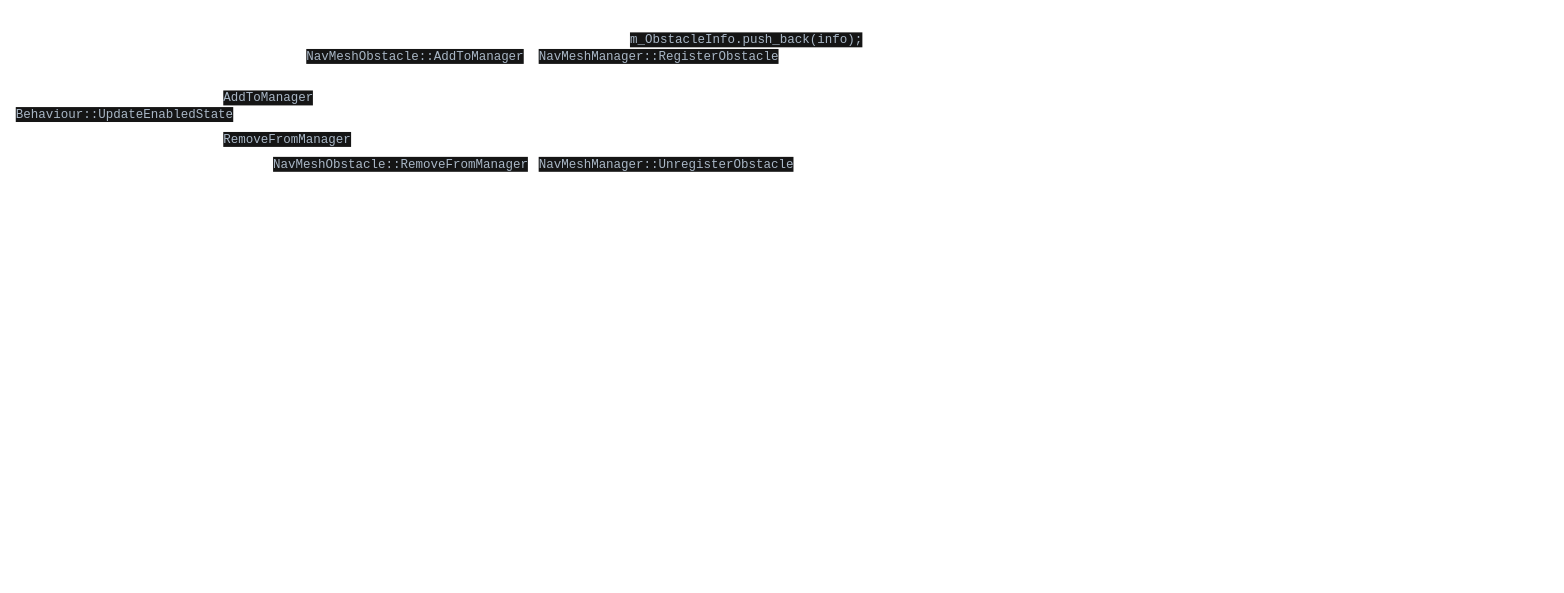
Before: page "Nav" (5 of 5) of Unity.drawio in stellarnull/drawio, a draw.io diagram. Source tidied: cells renumbered, new cells numbered last; positions are measured from the earlier drawing's top-left corner, leaving out a move shared by most shapes. Both pictures are drawn from the tidied source at 83%, with x=0, y=0 at pixel (14, 14).
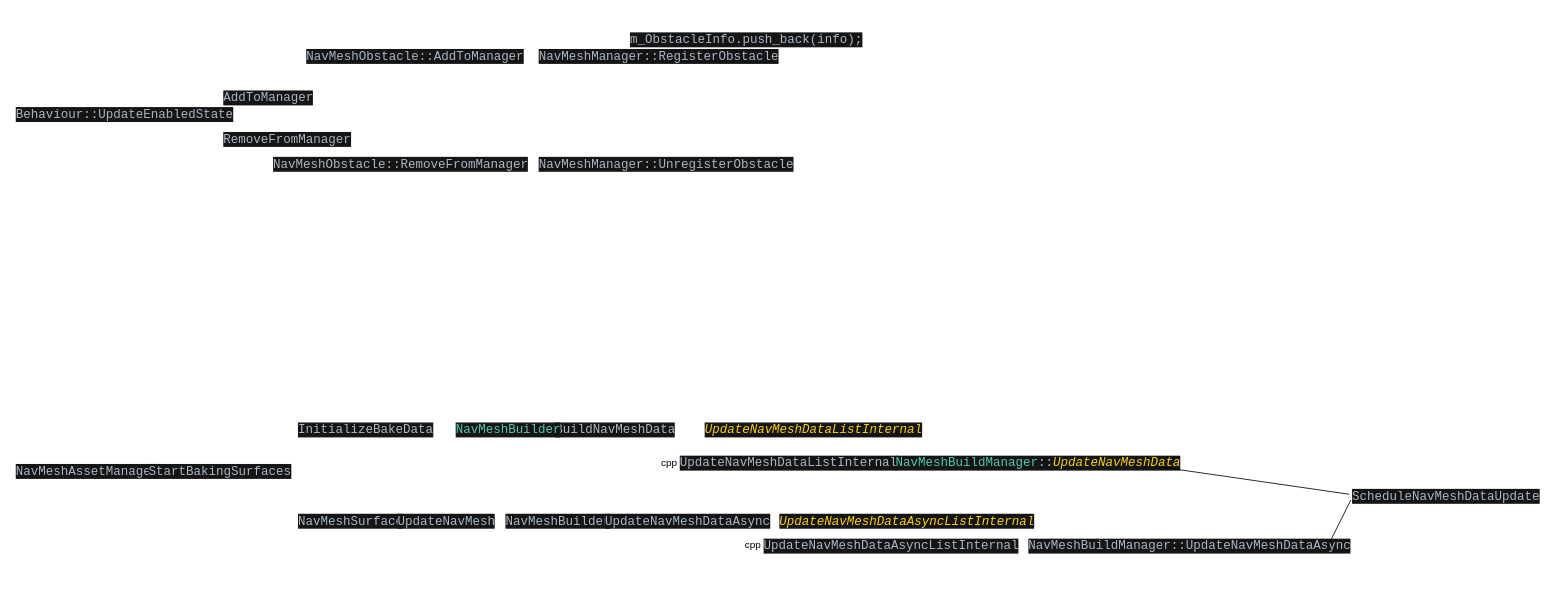
Above is the later version.

What changed in the source:
```diff
@@
+    <mxCell id="10" value="&lt;div style=&quot;background-color:#151515;color:#a9b7c6&quot;&gt;&lt;pre style=&quot;font-family:'Consolas',monospace;font-size:11.3pt;&quot;&gt;NavMeshAssetManager&lt;/pre&gt;&lt;/div&gt;" style="text;whiteSpace=wrap;html=1;" parent="1" vertex="1">
+      <mxGeometry y="520" width="190" height="70" as="geometry" />
+    </mxCell>
+    <mxCell id="11" value="&lt;div style=&quot;background-color:#151515;color:#a9b7c6&quot;&gt;&lt;pre style=&quot;font-family:'Consolas',monospace;font-size:11.3pt;&quot;&gt;StartBakingSurfaces&lt;/pre&gt;&lt;/div&gt;" style="text;whiteSpace=wrap;html=1;" parent="1" vertex="1">
+      <mxGeometry x="160" y="520" width="190" height="70" as="geometry" />
+    </mxCell>
+    <mxCell id="12" value="&lt;div style=&quot;background-color:#151515;color:#a9b7c6&quot;&gt;&lt;pre style=&quot;font-family:'Consolas',monospace;font-size:11.3pt;&quot;&gt;InitializeBakeData&lt;/pre&gt;&lt;/div&gt;" style="text;whiteSpace=wrap;html=1;" parent="1" vertex="1">
+      <mxGeometry x="340" y="470" width="180" height="70" as="geometry" />
+    </mxCell>
+    <mxCell id="13" value="&lt;div style=&quot;background-color:#151515;color:#a9b7c6&quot;&gt;&lt;pre style=&quot;font-family:'Consolas',monospace;font-size:11.3pt;&quot;&gt;BuildNavMeshData&lt;/pre&gt;&lt;/div&gt;" style="text;whiteSpace=wrap;html=1;" parent="1" vertex="1">
+      <mxGeometry x="650" y="470" width="170" height="70" as="geometry" />
+    </mxCell>
+    <mxCell id="14" value="&lt;div style=&quot;background-color:#151515;color:#a9b7c6&quot;&gt;&lt;pre style=&quot;font-family:'Consolas',monospace;font-size:11.3pt;&quot;&gt;&lt;span style=&quot;color:#4ec9b0;&quot;&gt;NavMeshBuilder&lt;/span&gt;&lt;/pre&gt;&lt;/div&gt;" style="text;whiteSpace=wrap;html=1;" parent="1" vertex="1">
+      <mxGeometry x="530" y="470" width="150" height="70" as="geometry" />
+    </mxCell>
+    <mxCell id="15" value="&lt;div style=&quot;background-color:#151515;color:#a9b7c6&quot;&gt;&lt;pre style=&quot;font-family:'Consolas',monospace;font-size:11.3pt;&quot;&gt;&lt;span style=&quot;color:#ffd200;font-style:italic;&quot;&gt;UpdateNavMeshDataListInternal&lt;/span&gt;&lt;/pre&gt;&lt;/div&gt;" style="text;whiteSpace=wrap;html=1;" parent="1" vertex="1">
+      <mxGeometry x="830" y="470" width="270" height="70" as="geometry" />
+    </mxCell>
+    <mxCell id="16" value="&lt;div style=&quot;background-color:#151515;color:#a9b7c6&quot;&gt;&lt;pre style=&quot;font-family:'Consolas',monospace;font-size:11.3pt;&quot;&gt;UpdateNavMeshDataListInternal&lt;/pre&gt;&lt;/div&gt;" style="text;whiteSpace=wrap;html=1;" parent="1" vertex="1">
+      <mxGeometry x="800" y="510" width="270" height="70" as="geometry" />
+    </mxCell>
+    <mxCell id="17" value="cpp" style="text;html=1;align=center;verticalAlign=middle;whiteSpace=wrap;rounded=0;" parent="1" vertex="1">
+      <mxGeometry x="759" y="526" width="60" height="30" as="geometry" />
+    </mxCell>
+    <mxCell id="18" value="&lt;div style=&quot;background-color:#151515;color:#a9b7c6&quot;&gt;&lt;pre style=&quot;font-family:'Consolas',monospace;font-size:11.3pt;&quot;&gt;&lt;span style=&quot;color:#4ec9b0;&quot;&gt;NavMeshBuildManager&lt;/span&gt;::&lt;span style=&quot;color:#ffd200;font-style:italic;&quot;&gt;UpdateNavMeshData&lt;/span&gt;&lt;/pre&gt;&lt;/div&gt;" style="text;whiteSpace=wrap;html=1;" parent="1" vertex="1">
+      <mxGeometry x="1060" y="510" width="320" height="70" as="geometry" />
+    </mxCell>
+    <mxCell id="19" value="&lt;div style=&quot;background-color:#151515;color:#a9b7c6&quot;&gt;&lt;pre style=&quot;font-family:'Consolas',monospace;font-size:11.3pt;&quot;&gt;ScheduleNavMeshDataUpdate&lt;/pre&gt;&lt;/div&gt;" style="text;whiteSpace=wrap;html=1;" parent="1" vertex="1">
+      <mxGeometry x="1610" y="550" width="240" height="70" as="geometry" />
+    </mxCell>
+    <mxCell id="20" value="&lt;div style=&quot;background-color:#151515;color:#a9b7c6&quot;&gt;&lt;pre style=&quot;font-family:'Consolas',monospace;font-size:11.3pt;&quot;&gt;NavMeshSurface&lt;/pre&gt;&lt;/div&gt;" style="text;whiteSpace=wrap;html=1;" parent="1" vertex="1">
+      <mxGeometry x="340" y="580" width="150" height="70" as="geometry" />
+    </mxCell>
+    <mxCell id="21" value="&lt;div style=&quot;background-color:#151515;color:#a9b7c6&quot;&gt;&lt;pre style=&quot;font-family:'Consolas',monospace;font-size:11.3pt;&quot;&gt;UpdateNavMesh&lt;/pre&gt;&lt;/div&gt;" style="text;whiteSpace=wrap;html=1;" parent="1" vertex="1">
+      <mxGeometry x="460" y="580" width="140" height="70" as="geometry" />
+    </mxCell>
+    <mxCell id="22" value="&lt;div style=&quot;background-color:#151515;color:#a9b7c6&quot;&gt;&lt;pre style=&quot;font-family:'Consolas',monospace;font-size:11.3pt;&quot;&gt;NavMeshBuilder&lt;/pre&gt;&lt;/div&gt;" style="text;whiteSpace=wrap;html=1;" parent="1" vertex="1">
+      <mxGeometry x="590" y="580" width="150" height="70" as="geometry" />
+    </mxCell>
+    <mxCell id="23" value="&lt;div style=&quot;background-color:#151515;color:#a9b7c6&quot;&gt;&lt;pre style=&quot;font-family:'Consolas',monospace;font-size:11.3pt;&quot;&gt;UpdateNavMeshDataAsync&lt;/pre&gt;&lt;/div&gt;" style="text;whiteSpace=wrap;html=1;" parent="1" vertex="1">
+      <mxGeometry x="710" y="580" width="220" height="70" as="geometry" />
+    </mxCell>
+    <mxCell id="24" value="&lt;div style=&quot;background-color:#151515;color:#a9b7c6&quot;&gt;&lt;pre style=&quot;font-family:'Consolas',monospace;font-size:11.3pt;&quot;&gt;&lt;span style=&quot;color:#ffd200;font-style:italic;&quot;&gt;UpdateNavMeshDataAsyncListInternal&lt;/span&gt;&lt;/pre&gt;&lt;/div&gt;" style="text;whiteSpace=wrap;html=1;" parent="1" vertex="1">
+      <mxGeometry x="920" y="580" width="320" height="70" as="geometry" />
+    </mxCell>
+    <mxCell id="25" value="&lt;div style=&quot;background-color:#151515;color:#a9b7c6&quot;&gt;&lt;pre style=&quot;font-family:'Consolas',monospace;font-size:11.3pt;&quot;&gt;UpdateNavMeshDataAsyncListInternal&lt;/pre&gt;&lt;/div&gt;" style="text;whiteSpace=wrap;html=1;" parent="1" vertex="1">
+      <mxGeometry x="901" y="610" width="320" height="70" as="geometry" />
+    </mxCell>
+    <mxCell id="26" value="cpp" style="text;html=1;align=center;verticalAlign=middle;whiteSpace=wrap;rounded=0;" parent="1" vertex="1">
+      <mxGeometry x="860" y="624" width="60" height="30" as="geometry" />
+    </mxCell>
+    <mxCell id="27" value="&lt;div style=&quot;background-color:#151515;color:#a9b7c6&quot;&gt;&lt;pre style=&quot;font-family:'Consolas',monospace;font-size:11.3pt;&quot;&gt;NavMeshBuildManager::UpdateNavMeshDataAsync&lt;/pre&gt;&lt;/div&gt;" style="text;whiteSpace=wrap;html=1;" parent="1" vertex="1">
+      <mxGeometry x="1220" y="610" width="360" height="70" as="geometry" />
+    </mxCell>
+    <mxCell id="28" style="endArrow=none;html=1;rounded=0;entryX=1;entryY=0.5;entryDx=0;entryDy=0;exitX=-0.008;exitY=0.4;exitDx=0;exitDy=0;exitPerimeter=0;" parent="1" edge="1" source="19" target="18">
+      <mxGeometry relative="1" as="geometry" />
+    </mxCell>
+    <mxCell id="29" style="endArrow=none;html=1;rounded=0;entryX=1;entryY=0.5;entryDx=0;entryDy=0;exitX=0;exitY=0.5;exitDx=0;exitDy=0;" parent="1" edge="1" source="19" target="27">
+      <mxGeometry relative="1" as="geometry" />
+    </mxCell>
```
